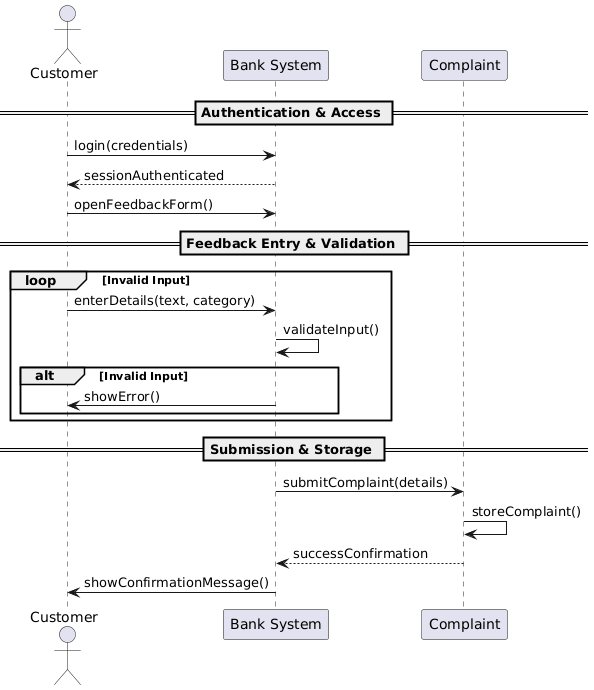
This is Diagrams/Sequence Diagrams/SC_CS_03.png from erindkotobelli12/BankManagementSystem, a PlantUML export, as it was before one commit.
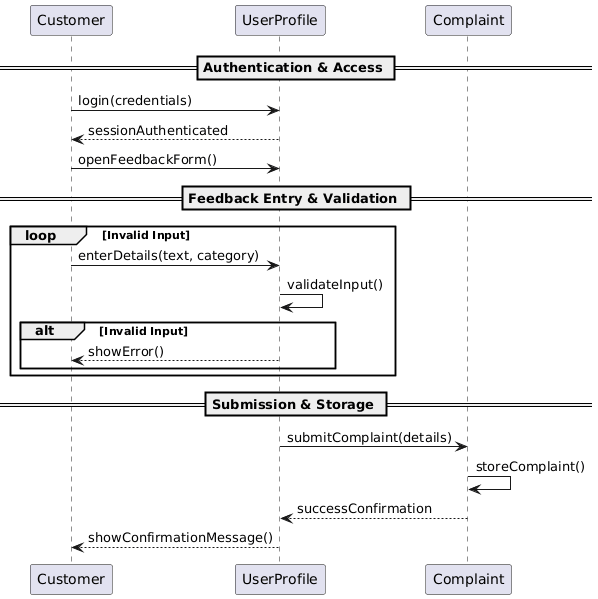
Above is the later version.

The edit, as a diff of the source:
```diff
@@ -1,26 +1,25 @@
 @startuml
-actor Customer
-participant "Bank System" as System
-participant "Complaint" as CompObj
+participant Customer
+participant UserProfile
+participant Complaint
 
 == Authentication & Access ==
-Customer -> System : login(credentials)
-System --> Customer : sessionAuthenticated
-Customer -> System : openFeedbackForm()
+Customer -> UserProfile : login(credentials)
+UserProfile --> Customer : sessionAuthenticated
+Customer -> UserProfile : openFeedbackForm()
 
 == Feedback Entry & Validation ==
 loop Invalid Input
-    Customer -> System : enterDetails(text, category)
-    System -> System : validateInput()
-
+    Customer -> UserProfile : enterDetails(text, category)
+    UserProfile -> UserProfile : validateInput()
     alt Invalid Input
-        System -> Customer : showError()
+        UserProfile --> Customer : showError()
     end
 end
 
 == Submission & Storage ==
-System -> CompObj : submitComplaint(details)
-CompObj -> CompObj : storeComplaint()
-CompObj --> System : successConfirmation
-System -> Customer : showConfirmationMessage()
+UserProfile -> Complaint : submitComplaint(details)
+Complaint -> Complaint : storeComplaint()
+Complaint --> UserProfile : successConfirmation
+UserProfile --> Customer : showConfirmationMessage()
 @enduml
```
